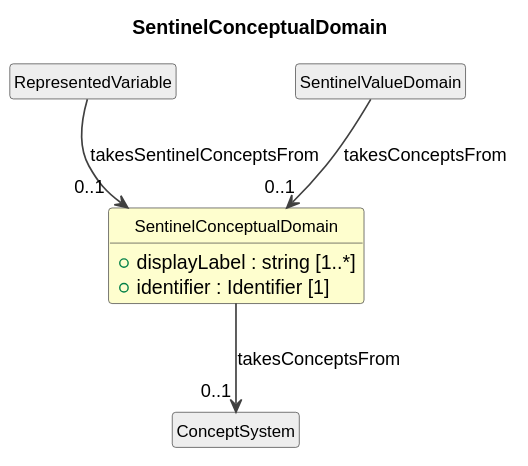
This is cdif-uml-model/_plantuml/cdifDataStructure/Classes/SentinelConceptualDomain.svg from Cross-Domain-Interoperability-Framework/metadataBuildingBlocks, a PlantUML export, as it was before one commit.
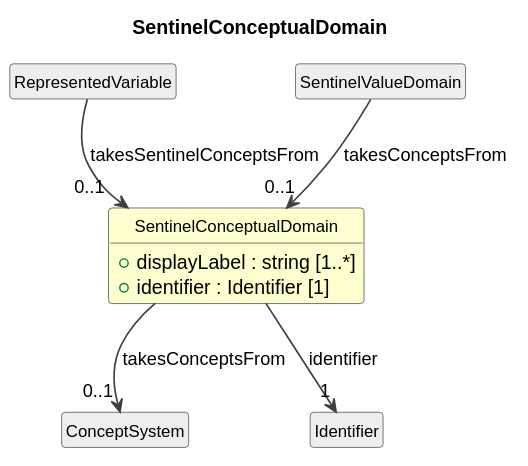
The same file after the commit.

The edit, as a diff of the source:
```diff
@@ -20,4 +20,6 @@
 SentinelValueDomain --> "0..1" SentinelConceptualDomain : takesConceptsFrom
 class "ConceptSystem" as ConceptSystem #EEEEEE
 SentinelConceptualDomain --> "0..1" ConceptSystem : takesConceptsFrom
+class "Identifier" as Identifier #EEEEEE
+SentinelConceptualDomain --> "1" Identifier : identifier
 @enduml
```
